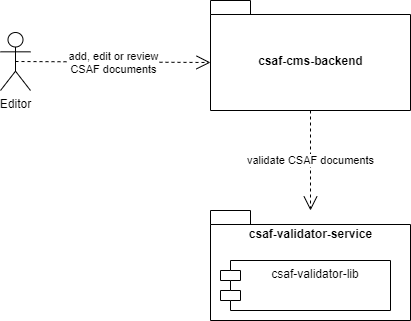
This is documents/business-context.drawio.png from secvisogram/csaf-cms-backend, a draw.io export, as it was before one commit. Source tidied: cells renumbered, new cells last; positions are measured from the earlier drawing's top-left corner, leaving out a move shared by most shapes.
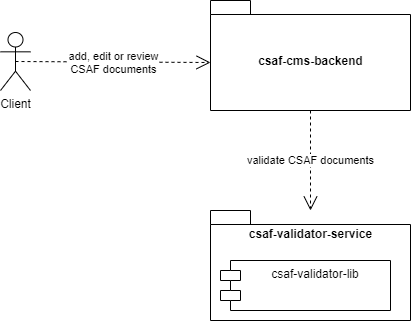
Above is the later version.

Commit message:
docs(architecture): add edit workflow

Change to the diagram source:
```diff
@@ -2,7 +2,7 @@
   <root>
     <mxCell id="0" />
     <mxCell id="1" parent="0" />
-    <mxCell id="2" value="Editor" style="shape=umlActor;verticalLabelPosition=bottom;verticalAlign=top;html=1;outlineConnect=0;" parent="1" vertex="1">
+    <mxCell id="2" value="Client" style="shape=umlActor;verticalLabelPosition=bottom;verticalAlign=top;html=1;outlineConnect=0;" parent="1" vertex="1">
       <mxGeometry y="32" width="30" height="58" as="geometry" />
     </mxCell>
     <mxCell id="3" value="csaf-cms-backend" style="shape=folder;fontStyle=1;spacingTop=10;tabWidth=40;tabHeight=14;tabPosition=left;html=1;" parent="1" vertex="1">
```
